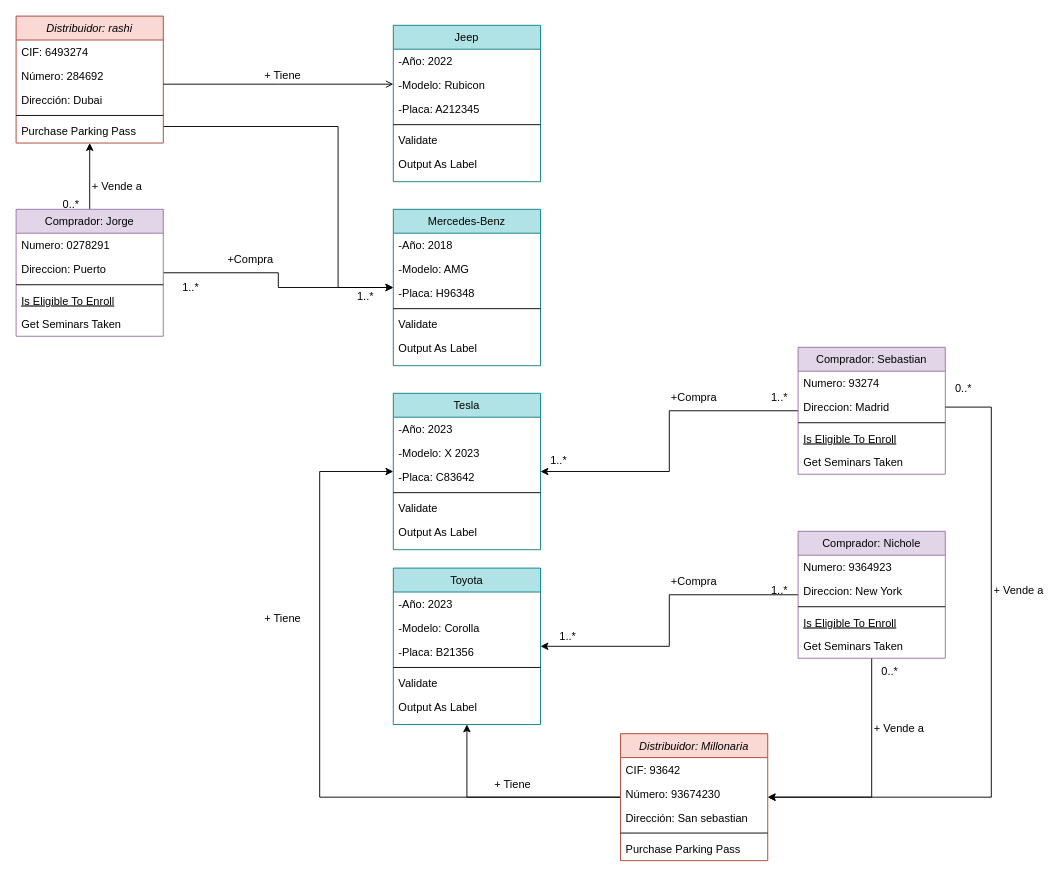
The draw.io diagram Tema2/DiagramasObjetos/Diagrama sin título.drawio in nicholelouis/ETS, before the edit. Source tidied: cells renumbered, new cells numbered last; positions are measured from the earlier drawing's top-left corner, leaving out a move shared by most shapes. Both pictures are drawn from the tidied source at 92%, with x=0, y=0 at pixel (16, 16).
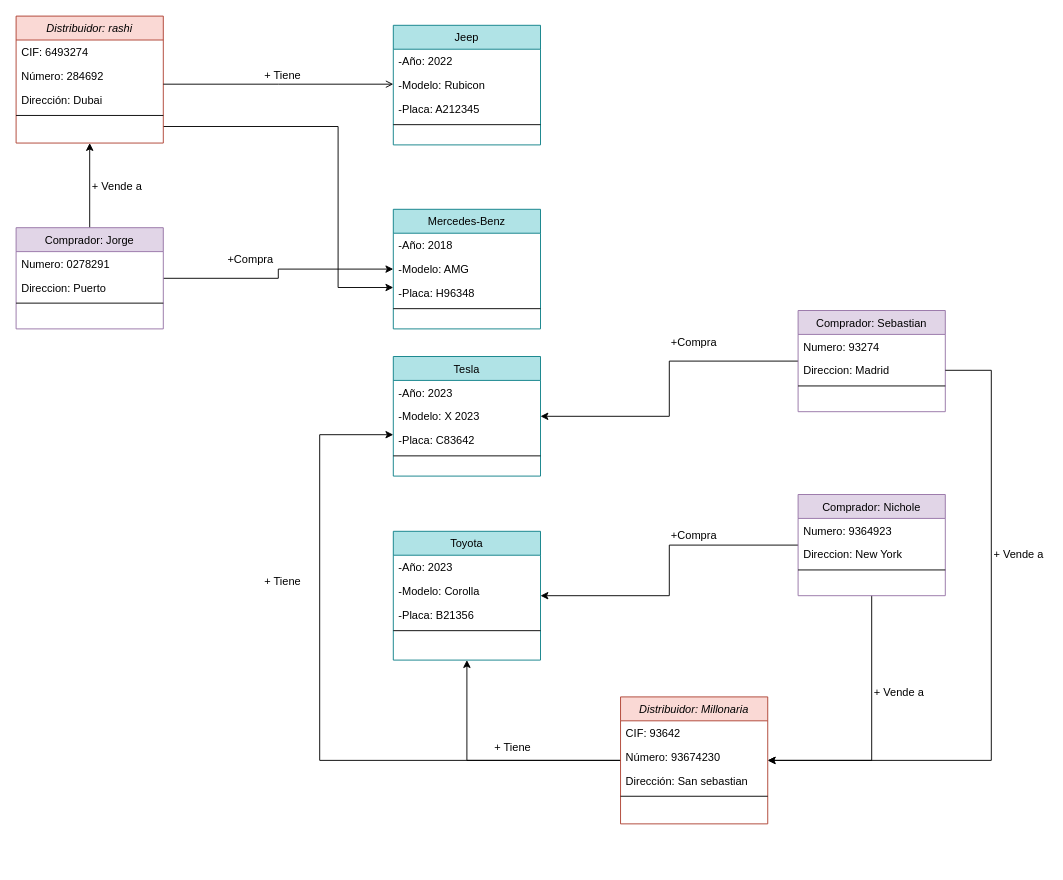
The same page after the edit.

Unchanged cells that the change refers to:
```xml
<mxCell id="3" value="Distribuidor: rashi" style="swimlane;fontStyle=2;align=center;verticalAlign=top;horizontal=1;startSize=26;rounded=0;shadow=0;strokeWidth=1;fillColor=#fad9d5;strokeColor=#ae4132;" parent="1" vertex="1">
  <mxGeometry width="160" height="138" as="geometry" />
</mxCell>
<mxCell id="37" value="Direccion: Madrid" style="text;align=left;verticalAlign=top;spacingLeft=4;spacingRight=4;overflow=hidden;points=[[0,0.5],[1,0.5]];portConstraint=eastwest;rounded=0;shadow=0;html=0;" parent="35" vertex="1">
  <mxGeometry y="52" width="160" height="26" as="geometry" />
</mxCell>
```

The edit, as a diff of the source:
```diff
@@
-    <mxCell id="8" value="Purchase Parking Pass" style="text;align=left;verticalAlign=top;spacingLeft=4;spacingRight=4;overflow=hidden;" parent="3" vertex="1">
-      <mxGeometry y="112" width="160" height="26" as="geometry" />
-    </mxCell>
@@
     <mxCell id="11" value="Comprador: Jorge" style="swimlane;fontStyle=0;align=center;verticalAlign=top;horizontal=1;startSize=26;rounded=0;shadow=0;strokeWidth=1;fillColor=#e1d5e7;strokeColor=#9673a6;" parent="1" vertex="1">
-      <mxGeometry y="210" width="160" height="138" as="geometry" />
+      <mxGeometry y="230" width="160" height="110" as="geometry" />
     </mxCell>
@@
-    <mxCell id="15" value="Is Eligible To Enroll" style="text;align=left;verticalAlign=top;spacingLeft=4;spacingRight=4;overflow=hidden;fontStyle=4;" parent="11" vertex="1">
-      <mxGeometry y="86" width="160" height="26" as="geometry" />
-    </mxCell>
-    <mxCell id="16" value="Get Seminars Taken" style="text;align=left;verticalAlign=top;spacingLeft=4;spacingRight=4;overflow=hidden;" parent="11" vertex="1">
-      <mxGeometry y="112" width="160" height="26" as="geometry" />
-    </mxCell>
     <mxCell id="17" value="Jeep" style="swimlane;fontStyle=0;align=center;verticalAlign=top;horizontal=1;startSize=26;rounded=0;shadow=0;strokeWidth=1;fillColor=#b0e3e6;strokeColor=#0e8088;" parent="1" vertex="1">
-      <mxGeometry x="410" y="10" width="160" height="170" as="geometry" />
+      <mxGeometry x="410" y="10" width="160" height="130" as="geometry" />
     </mxCell>
@@
-    <mxCell id="22" value="Validate" style="text;align=left;verticalAlign=top;spacingLeft=4;spacingRight=4;overflow=hidden;" parent="17" vertex="1">
-      <mxGeometry y="112" width="160" height="26" as="geometry" />
-    </mxCell>
-    <mxCell id="23" value="Output As Label" style="text;align=left;verticalAlign=top;spacingLeft=4;spacingRight=4;overflow=hidden;" parent="17" vertex="1">
-      <mxGeometry y="138" width="160" height="26" as="geometry" />
-    </mxCell>
@@
     <mxCell id="26" style="edgeStyle=orthogonalEdgeStyle;rounded=0;jettySize=auto;html=1;" parent="1" edge="1" source="28" target="43">
       <mxGeometry relative="1" as="geometry">
         <Array as="points">
-          <mxPoint x="930" y="849" />
+          <mxPoint x="930" y="809" />
         </Array>
       </mxGeometry>
     </mxCell>
@@
     <mxCell id="28" value="Comprador: Nichole" style="swimlane;fontStyle=0;align=center;verticalAlign=top;horizontal=1;startSize=26;rounded=0;shadow=0;strokeWidth=1;fillColor=#e1d5e7;strokeColor=#9673a6;" parent="1" vertex="1">
-      <mxGeometry x="850" y="560" width="160" height="138" as="geometry" />
+      <mxGeometry x="850" y="520" width="160" height="110" as="geometry" />
     </mxCell>
@@
-    <mxCell id="32" value="Is Eligible To Enroll" style="text;align=left;verticalAlign=top;spacingLeft=4;spacingRight=4;overflow=hidden;fontStyle=4;" parent="28" vertex="1">
-      <mxGeometry y="86" width="160" height="26" as="geometry" />
-    </mxCell>
-    <mxCell id="33" value="Get Seminars Taken" style="text;align=left;verticalAlign=top;spacingLeft=4;spacingRight=4;overflow=hidden;" parent="28" vertex="1">
-      <mxGeometry y="112" width="160" height="26" as="geometry" />
-    </mxCell>
@@
     <mxCell id="35" value="Comprador: Sebastian" style="swimlane;fontStyle=0;align=center;verticalAlign=top;horizontal=1;startSize=26;rounded=0;shadow=0;strokeWidth=1;fillColor=#e1d5e7;strokeColor=#9673a6;" parent="1" vertex="1">
-      <mxGeometry x="850" y="360" width="160" height="138" as="geometry" />
+      <mxGeometry x="850" y="320" width="160" height="110" as="geometry" />
     </mxCell>
@@
-    <mxCell id="39" value="Is Eligible To Enroll" style="text;align=left;verticalAlign=top;spacingLeft=4;spacingRight=4;overflow=hidden;fontStyle=4;" parent="35" vertex="1">
-      <mxGeometry y="86" width="160" height="26" as="geometry" />
-    </mxCell>
-    <mxCell id="40" value="Get Seminars Taken" style="text;align=left;verticalAlign=top;spacingLeft=4;spacingRight=4;overflow=hidden;" parent="35" vertex="1">
-      <mxGeometry y="112" width="160" height="26" as="geometry" />
-    </mxCell>
     <mxCell id="41" style="edgeStyle=orthogonalEdgeStyle;rounded=0;jettySize=auto;html=1;" parent="1" edge="1" source="43" target="56">
       <mxGeometry relative="1" as="geometry">
         <Array as="points">
-          <mxPoint x="330" y="849" />
-          <mxPoint x="330" y="495" />
+          <mxPoint x="330" y="809" />
+          <mxPoint x="330" y="455" />
         </Array>
       </mxGeometry>
     </mxCell>
@@
     <mxCell id="43" value="Distribuidor: Millonaria" style="swimlane;fontStyle=2;align=center;verticalAlign=top;horizontal=1;startSize=26;rounded=0;shadow=0;strokeWidth=1;fillColor=#fad9d5;strokeColor=#ae4132;" parent="1" vertex="1">
-      <mxGeometry x="657" y="780" width="160" height="138" as="geometry" />
+      <mxGeometry x="657" y="740" width="160" height="138" as="geometry" />
     </mxCell>
@@
-    <mxCell id="48" value="Purchase Parking Pass" style="text;align=left;verticalAlign=top;spacingLeft=4;spacingRight=4;overflow=hidden;" parent="43" vertex="1">
-      <mxGeometry y="112" width="160" height="26" as="geometry" />
-    </mxCell>
     <mxCell id="49" value="Mercedes-Benz" style="swimlane;fontStyle=0;align=center;verticalAlign=top;horizontal=1;startSize=26;rounded=0;shadow=0;strokeWidth=1;fillColor=#b0e3e6;strokeColor=#0e8088;" parent="1" vertex="1">
-      <mxGeometry x="410" y="210" width="160" height="170" as="geometry" />
+      <mxGeometry x="410" y="210" width="160" height="130" as="geometry" />
     </mxCell>
@@
-    <mxCell id="54" value="Validate" style="text;align=left;verticalAlign=top;spacingLeft=4;spacingRight=4;overflow=hidden;" parent="49" vertex="1">
-      <mxGeometry y="112" width="160" height="26" as="geometry" />
-    </mxCell>
-    <mxCell id="55" value="Output As Label" style="text;align=left;verticalAlign=top;spacingLeft=4;spacingRight=4;overflow=hidden;" parent="49" vertex="1">
-      <mxGeometry y="138" width="160" height="26" as="geometry" />
-    </mxCell>
     <mxCell id="56" value="Tesla" style="swimlane;fontStyle=0;align=center;verticalAlign=top;horizontal=1;startSize=26;rounded=0;shadow=0;strokeWidth=1;fillColor=#b0e3e6;strokeColor=#0e8088;" parent="1" vertex="1">
-      <mxGeometry x="410" y="410" width="160" height="170" as="geometry" />
+      <mxGeometry x="410" y="370" width="160" height="130" as="geometry" />
     </mxCell>
@@
-    <mxCell id="61" value="Validate" style="text;align=left;verticalAlign=top;spacingLeft=4;spacingRight=4;overflow=hidden;" parent="56" vertex="1">
-      <mxGeometry y="112" width="160" height="26" as="geometry" />
-    </mxCell>
-    <mxCell id="62" value="Output As Label" style="text;align=left;verticalAlign=top;spacingLeft=4;spacingRight=4;overflow=hidden;" parent="56" vertex="1">
-      <mxGeometry y="138" width="160" height="26" as="geometry" />
-    </mxCell>
     <mxCell id="63" value="Toyota" style="swimlane;fontStyle=0;align=center;verticalAlign=top;horizontal=1;startSize=26;rounded=0;shadow=0;strokeWidth=1;fillColor=#b0e3e6;strokeColor=#0e8088;" parent="1" vertex="1">
-      <mxGeometry x="410" y="600" width="160" height="170" as="geometry" />
+      <mxGeometry x="410" y="560" width="160" height="140" as="geometry" />
     </mxCell>
@@
-    <mxCell id="68" value="Validate" style="text;align=left;verticalAlign=top;spacingLeft=4;spacingRight=4;overflow=hidden;" parent="63" vertex="1">
-      <mxGeometry y="112" width="160" height="26" as="geometry" />
-    </mxCell>
-    <mxCell id="69" value="Output As Label" style="text;align=left;verticalAlign=top;spacingLeft=4;spacingRight=4;overflow=hidden;" parent="63" vertex="1">
-      <mxGeometry y="138" width="160" height="26" as="geometry" />
-    </mxCell>
@@
     <mxCell id="73" style="edgeStyle=orthogonalEdgeStyle;rounded=0;jettySize=auto;html=1;" parent="1" edge="1" source="37" target="43">
       <mxGeometry relative="1" as="geometry">
         <Array as="points">
-          <mxPoint x="1060" y="425" />
-          <mxPoint x="1060" y="849" />
+          <mxPoint x="1060" y="385" />
+          <mxPoint x="1060" y="809" />
         </Array>
       </mxGeometry>
     </mxCell>
     <mxCell id="74" value="+Compra " style="text;html=1;align=center;verticalAlign=middle;whiteSpace=wrap;rounded=0;" parent="1" vertex="1">
-      <mxGeometry x="702" y="400" width="70" height="30" as="geometry" />
+      <mxGeometry x="702" y="340" width="70" height="30" as="geometry" />
     </mxCell>
     <mxCell id="75" value="+Compra " style="text;html=1;align=center;verticalAlign=middle;whiteSpace=wrap;rounded=0;" parent="1" vertex="1">
-      <mxGeometry x="702" y="600" width="70" height="30" as="geometry" />
+      <mxGeometry x="702" y="550" width="70" height="30" as="geometry" />
     </mxCell>
     <mxCell id="76" value="+ Tiene " style="text;html=1;align=center;verticalAlign=middle;whiteSpace=wrap;rounded=0;" parent="1" vertex="1">
-      <mxGeometry x="510" y="820" width="60" height="30" as="geometry" />
+      <mxGeometry x="510" y="780" width="60" height="30" as="geometry" />
     </mxCell>
     <mxCell id="77" value="+ Tiene " style="text;html=1;align=center;verticalAlign=middle;whiteSpace=wrap;rounded=0;" parent="1" vertex="1">
-      <mxGeometry x="260" y="640" width="60" height="30" as="geometry" />
+      <mxGeometry x="260" y="600" width="60" height="30" as="geometry" />
     </mxCell>
     <mxCell id="78" value="+ Vende a " style="text;html=1;align=center;verticalAlign=middle;whiteSpace=wrap;rounded=0;" parent="1" vertex="1">
-      <mxGeometry x="1060" y="610" width="60" height="30" as="geometry" />
+      <mxGeometry x="1060" y="570" width="60" height="30" as="geometry" />
     </mxCell>
     <mxCell id="79" value="+ Vende a " style="text;html=1;align=center;verticalAlign=middle;whiteSpace=wrap;rounded=0;" parent="1" vertex="1">
-      <mxGeometry x="930" y="760" width="60" height="30" as="geometry" />
+      <mxGeometry x="930" y="720" width="60" height="30" as="geometry" />
     </mxCell>
-    <mxCell id="80" value="1..*" style="text;html=1;align=center;verticalAlign=middle;whiteSpace=wrap;rounded=0;" parent="1" vertex="1">
-      <mxGeometry x="160" y="280" width="60" height="30" as="geometry" />
-    </mxCell>
-    <mxCell id="81" value="1..*" style="text;html=1;align=center;verticalAlign=middle;whiteSpace=wrap;rounded=0;" parent="1" vertex="1">
-      <mxGeometry x="350" y="290" width="60" height="30" as="geometry" />
-    </mxCell>
-    <mxCell id="82" value="1..*" style="text;html=1;align=center;verticalAlign=middle;whiteSpace=wrap;rounded=0;" parent="1" vertex="1">
-      <mxGeometry x="560" y="468" width="60" height="30" as="geometry" />
-    </mxCell>
-    <mxCell id="83" value="1..*" style="text;html=1;align=center;verticalAlign=middle;whiteSpace=wrap;rounded=0;" parent="1" vertex="1">
-      <mxGeometry x="800" y="400" width="60" height="30" as="geometry" />
-    </mxCell>
-    <mxCell id="84" value="1..*" style="text;html=1;align=center;verticalAlign=middle;whiteSpace=wrap;rounded=0;" parent="1" vertex="1">
-      <mxGeometry x="570" y="660" width="60" height="30" as="geometry" />
-    </mxCell>
-    <mxCell id="85" value="1..*" style="text;html=1;align=center;verticalAlign=middle;whiteSpace=wrap;rounded=0;" parent="1" vertex="1">
-      <mxGeometry x="800" y="610" width="60" height="30" as="geometry" />
-    </mxCell>
-    <mxCell id="86" value="0..*" style="text;html=1;align=center;verticalAlign=middle;whiteSpace=wrap;rounded=0;" parent="1" vertex="1">
-      <mxGeometry x="30" y="190" width="60" height="30" as="geometry" />
-    </mxCell>
-    <mxCell id="87" value="0..*" style="text;html=1;align=center;verticalAlign=middle;whiteSpace=wrap;rounded=0;" parent="1" vertex="1">
-      <mxGeometry x="920" y="698" width="60" height="30" as="geometry" />
-    </mxCell>
-    <mxCell id="88" value="0..*" style="text;html=1;align=center;verticalAlign=middle;whiteSpace=wrap;rounded=0;" parent="1" vertex="1">
-      <mxGeometry x="1000" y="390" width="60" height="30" as="geometry" />
-    </mxCell>
```
